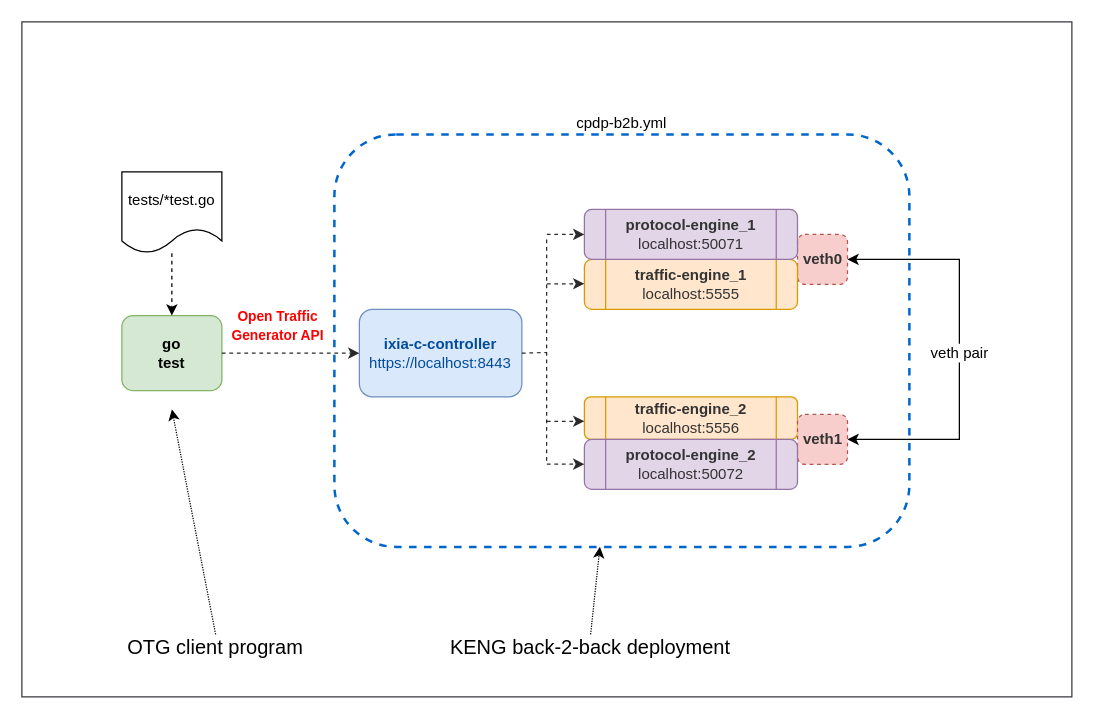
open-traffic-generator/otg-examples keeps this draw.io diagram as page "cpdp-b2b" (5 of 11) of drawio/otg-examples.drawio. Above is the earlier version. Source tidied: cells renumbered, new cells numbered last; positions are measured from the earlier drawing's top-left corner, leaving out a move shared by most shapes. Both pictures are drawn from the tidied source at 125%, with x=0, y=0 at pixel (21, 21).
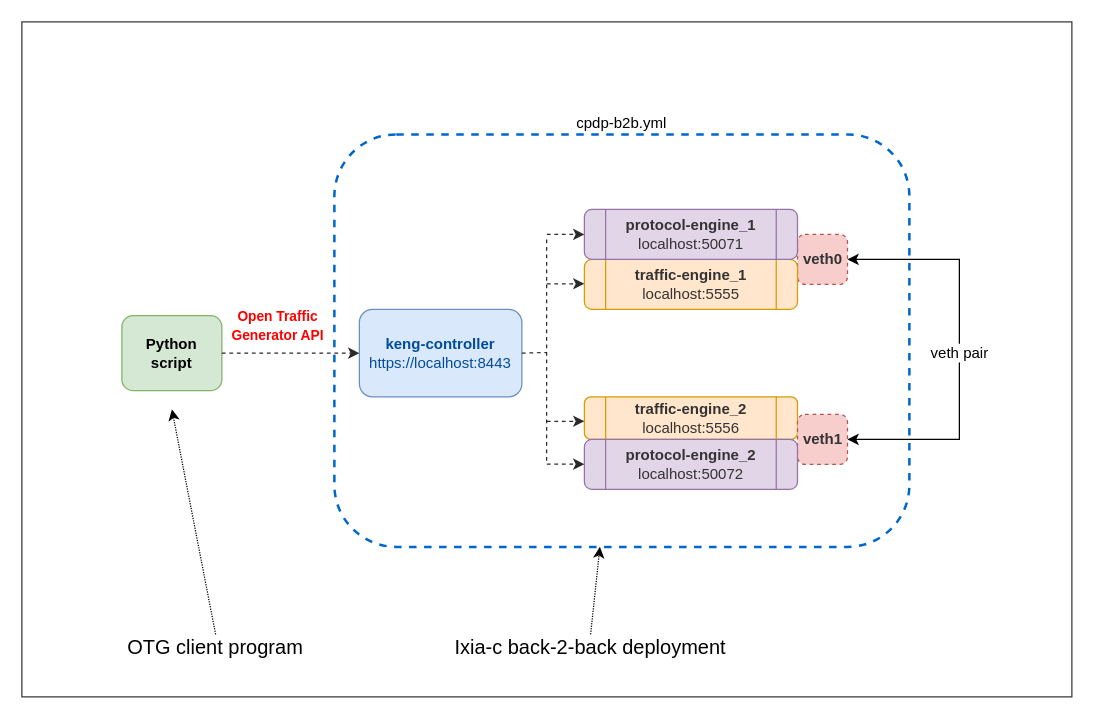
After the change.

Commit message (it also covers changes not shown here):
cpdp-b2b diagram

The change refers to these unchanged cells:
```xml
<mxCell id="4" style="rounded=1;whiteSpace=wrap;html=1;fillColor=#d5e8d4;strokeColor=#82b366;" parent="1" vertex="1">
  <mxGeometry x="80" y="235" width="80" height="60" as="geometry" />
</mxCell>
```

Change to the diagram source:
```diff
@@
-    <mxCell id="9" value="&lt;font style=&quot;&quot; color=&quot;#004c99&quot;&gt;&lt;b&gt;ixia-c-controller&lt;/b&gt;&lt;br&gt;https://localhost:8443&lt;br&gt;&lt;/font&gt;" style="rounded=1;whiteSpace=wrap;html=1;fillColor=#dae8fc;strokeColor=#6c8ebf;" parent="1" vertex="1">
+    <mxCell id="9" value="&lt;font style=&quot;&quot; color=&quot;#004c99&quot;&gt;&lt;b&gt;keng-controller&lt;/b&gt;&lt;br&gt;https://localhost:8443&lt;br&gt;&lt;/font&gt;" style="rounded=1;whiteSpace=wrap;html=1;fillColor=#dae8fc;strokeColor=#6c8ebf;" parent="1" vertex="1">
       <mxGeometry x="270" y="230" width="130" height="70" as="geometry" />
     </mxCell>
-    <mxCell id="10" value="&lt;font&gt;&lt;b&gt;go test&lt;br&gt;&lt;/b&gt;&lt;/font&gt;" style="text;html=1;strokeColor=none;fillColor=none;align=center;verticalAlign=middle;whiteSpace=wrap;rounded=0;fontColor=#000000;" parent="1" vertex="1">
+    <mxCell id="10" value="&lt;font&gt;&lt;b&gt;Python script&lt;br&gt;&lt;/b&gt;&lt;/font&gt;" style="text;html=1;strokeColor=none;fillColor=none;align=center;verticalAlign=middle;whiteSpace=wrap;rounded=0;fontColor=#000000;" parent="1" vertex="1">
       <mxGeometry x="100" y="255" width="40" height="20" as="geometry" />
     </mxCell>
@@
-    <mxCell id="12" value="&lt;font color=&quot;#000000&quot; style=&quot;font-size: 16px&quot;&gt;KENG back-2-back deployment&lt;/font&gt;" style="text;html=1;strokeColor=none;fillColor=none;align=center;verticalAlign=middle;whiteSpace=wrap;rounded=0;" parent="1" vertex="1">
+    <mxCell id="12" value="&lt;font color=&quot;#000000&quot; style=&quot;font-size: 16px&quot;&gt;Ixia-c back-2-back deployment&lt;/font&gt;" style="text;html=1;strokeColor=none;fillColor=none;align=center;verticalAlign=middle;whiteSpace=wrap;rounded=0;" parent="1" vertex="1">
       <mxGeometry x="295" y="490" width="320" height="20" as="geometry" />
     </mxCell>
@@
-    <mxCell id="21" style="edgeStyle=orthogonalEdgeStyle;rounded=0;jettySize=auto;html=1;dashed=1;startArrow=none;startFill=0;" parent="1" edge="1" source="22" target="4">
-      <mxGeometry relative="1" as="geometry" />
-    </mxCell>
-    <mxCell id="22" value="tests/*test.go" style="shape=document;whiteSpace=wrap;html=1;boundedLbl=1;" parent="1" vertex="1">
-      <mxGeometry x="80" y="120" width="80" height="65" as="geometry" />
-    </mxCell>
```
